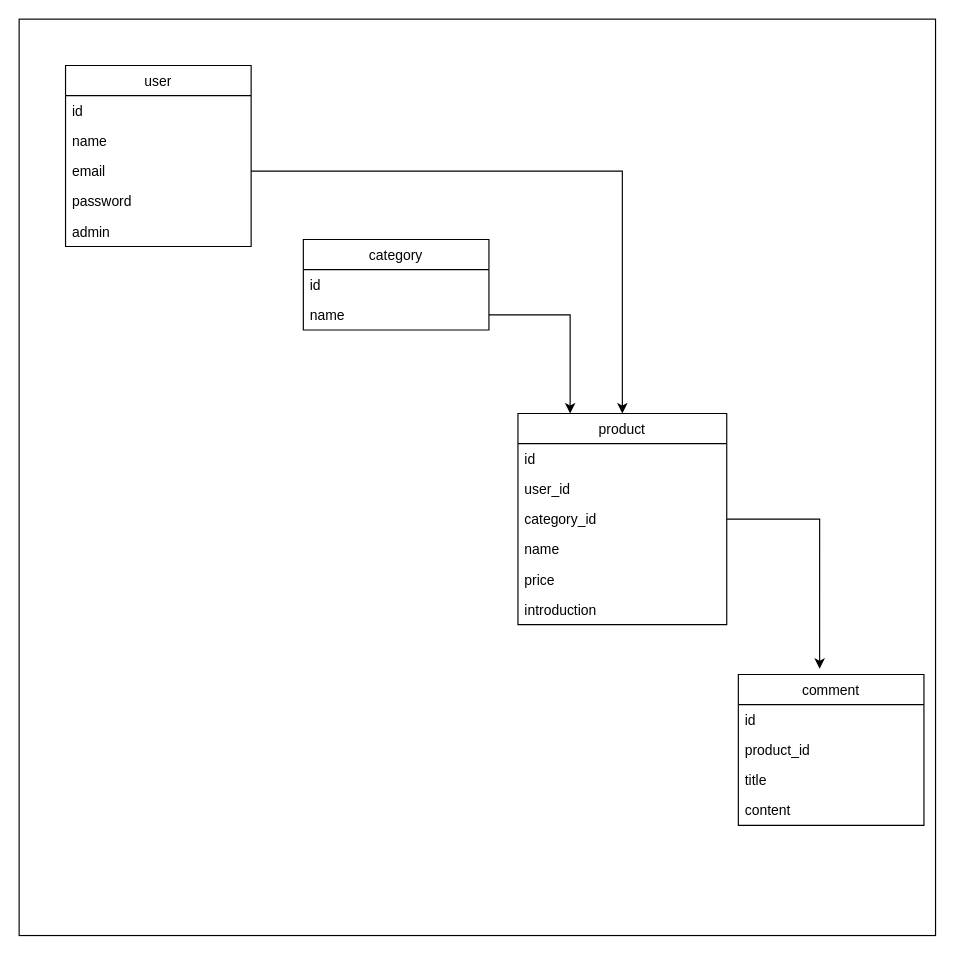
Earlier version of the draw.io diagram erd.dio (chee1989/ec_app). Source tidied: cells renumbered, new cells numbered last; positions are measured from the earlier drawing's top-left corner, leaving out a move shared by most shapes. Both pictures are drawn from the tidied source at 116%, with x=0, y=0 at pixel (19, 19).
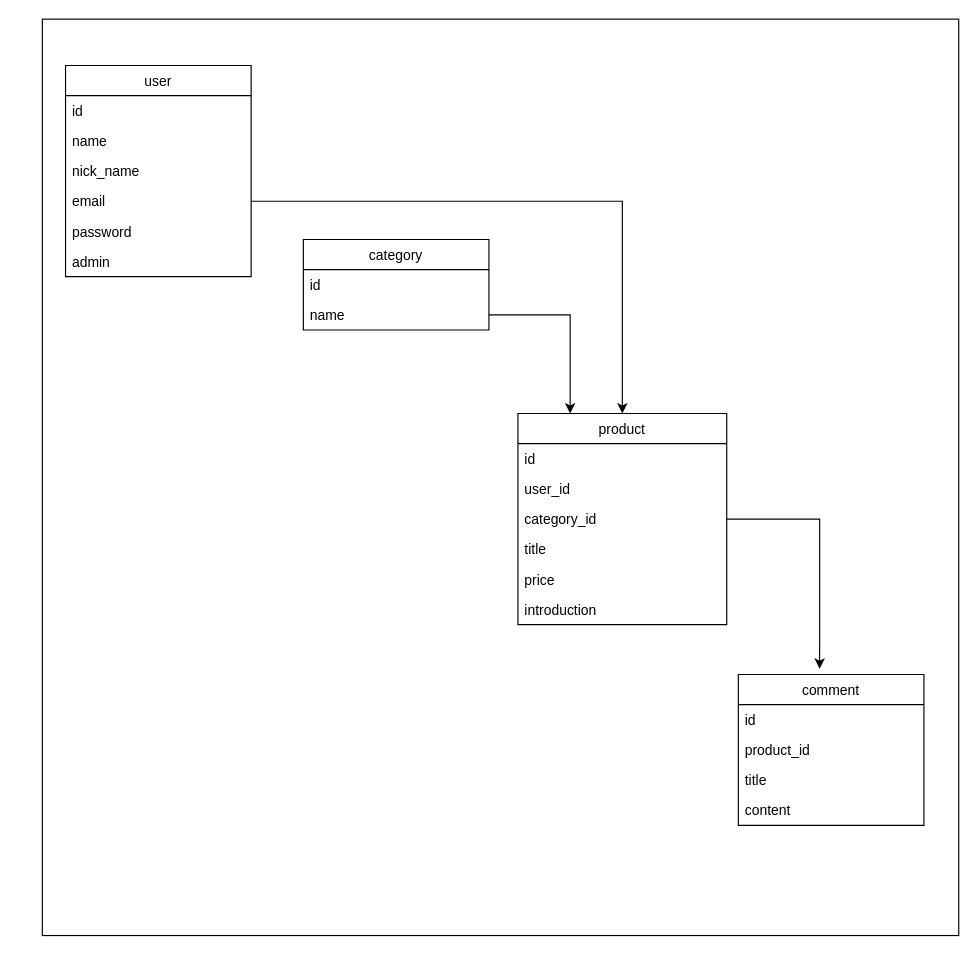
The same page after the edit.

Unchanged cells that the change refers to:
```xml
<mxCell id="10" value="product" style="swimlane;fontStyle=0;horizontal=1;startSize=26;fillColor=none;" parent="1" vertex="1">
  <mxGeometry x="430" y="340" width="180" height="182" as="geometry" />
</mxCell>
```

Diff of the diagram source:
```diff
@@
     <mxCell id="2" style="whiteSpace=wrap;html=1;" parent="1" vertex="1">
-      <mxGeometry width="790" height="790" as="geometry" />
+      <mxGeometry x="20" width="790" height="790" as="geometry" />
     </mxCell>
     <mxCell id="3" value="user" style="swimlane;fontStyle=0;horizontal=1;startSize=26;fillColor=none;" parent="1" vertex="1">
-      <mxGeometry x="40" y="40" width="160" height="156" as="geometry" />
+      <mxGeometry x="40" y="40" width="160" height="182" as="geometry" />
     </mxCell>
@@
+    <mxCell id="27" value="nick_name" style="text;strokeColor=none;fillColor=none;align=left;verticalAlign=top;spacingLeft=4;spacingRight=4;overflow=hidden;" parent="3" vertex="1">
+      <mxGeometry y="78" width="160" height="26" as="geometry" />
+    </mxCell>
     <mxCell id="6" value="email" style="text;strokeColor=none;fillColor=none;align=left;verticalAlign=top;spacingLeft=4;spacingRight=4;overflow=hidden;points=[[0,0.5],[1,0.5]];portConstraint=eastwest;" parent="3" vertex="1">
-      <mxGeometry y="78" width="160" height="26" as="geometry" />
+      <mxGeometry y="104" width="160" height="26" as="geometry" />
     </mxCell>
     <mxCell id="7" value="password" style="text;strokeColor=none;fillColor=none;align=left;verticalAlign=top;spacingLeft=4;spacingRight=4;overflow=hidden;" parent="3" vertex="1">
-      <mxGeometry y="104" width="160" height="26" as="geometry" />
+      <mxGeometry y="130" width="160" height="26" as="geometry" />
     </mxCell>
     <mxCell id="8" value="admin" style="text;strokeColor=none;fillColor=none;align=left;verticalAlign=top;spacingLeft=4;spacingRight=4;overflow=hidden;" parent="3" vertex="1">
-      <mxGeometry y="130" width="160" height="26" as="geometry" />
+      <mxGeometry y="156" width="160" height="26" as="geometry" />
     </mxCell>
@@
-    <mxCell id="14" value="name" style="text;strokeColor=none;fillColor=none;align=left;verticalAlign=top;spacingLeft=4;spacingRight=4;overflow=hidden;" parent="10" vertex="1">
+    <mxCell id="14" value="title" style="text;strokeColor=none;fillColor=none;align=left;verticalAlign=top;spacingLeft=4;spacingRight=4;overflow=hidden;" parent="10" vertex="1">
       <mxGeometry y="104" width="180" height="26" as="geometry" />
     </mxCell>
```
